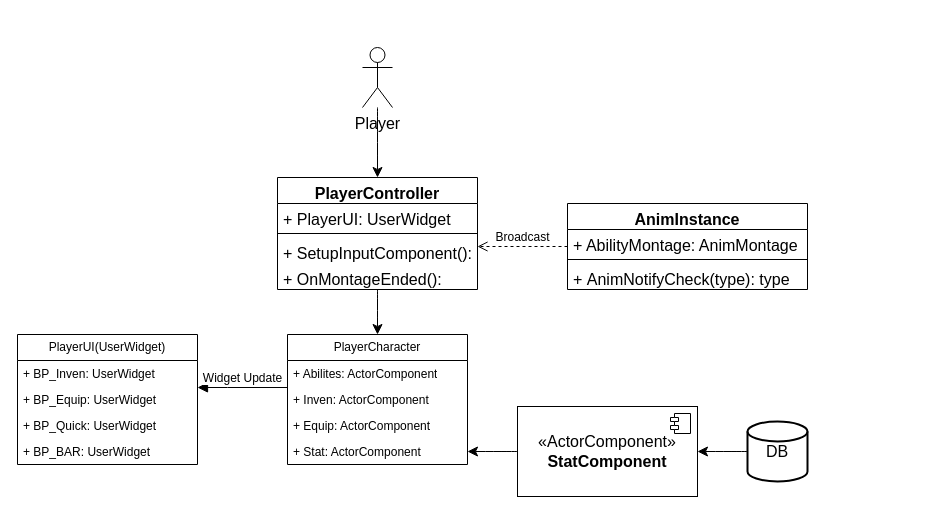
JinhoKims/LostArc keeps this draw.io diagram as page "페이지-3" (3 of 4) of LostArc Diagram.drawio. Above is the earlier version. Source tidied: cells renumbered, new cells numbered last; positions are measured from the earlier drawing's top-left corner, leaving out a move shared by most shapes. Both pictures are drawn from the tidied source at 100%, with x=0, y=0 at pixel (17, 47).
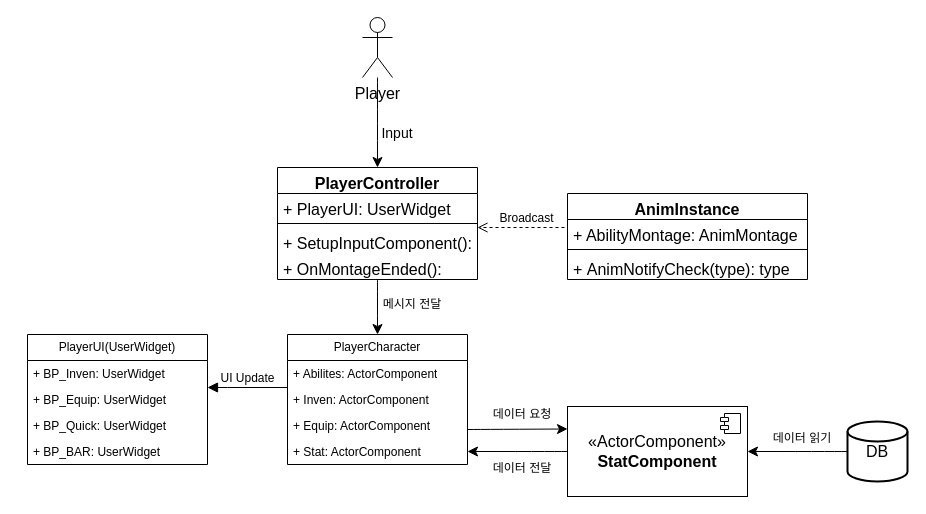
The same page after the edit.

Unchanged cells that the change refers to:
```xml
<mxCell id="2" value="PlayerCharacter" style="swimlane;fontStyle=0;horizontal=1;startSize=26;fillColor=none;whiteSpace=wrap;html=1;" parent="1" vertex="1">
  <mxGeometry x="270" y="287" width="180" height="130" as="geometry" />
</mxCell>
```

Change to the diagram source:
```diff
@@
     <mxCell id="7" value="PlayerUI(UserWidget)" style="swimlane;fontStyle=0;horizontal=1;startSize=26;fillColor=none;whiteSpace=wrap;html=1;" parent="1" vertex="1">
-      <mxGeometry y="287" width="180" height="130" as="geometry" />
+      <mxGeometry x="10" y="287" width="180" height="130" as="geometry" />
     </mxCell>
@@
     <mxCell id="13" value="Player" style="shape=umlActor;verticalLabelPosition=bottom;verticalAlign=top;html=1;fontSize=16;" parent="1" vertex="1">
-      <mxGeometry x="345" width="30" height="60" as="geometry" />
+      <mxGeometry x="345" y="-30" width="30" height="60" as="geometry" />
     </mxCell>
@@
     <mxCell id="15" value="PlayerController" style="swimlane;fontStyle=1;align=center;verticalAlign=top;horizontal=1;startSize=26;whiteSpace=wrap;html=1;fontSize=16;" parent="1" vertex="1">
-      <mxGeometry x="260" y="130" width="200" height="112" as="geometry" />
+      <mxGeometry x="260" y="120" width="200" height="112" as="geometry" />
     </mxCell>
@@
-    <mxCell id="20" value="Widget Update" style="html=1;verticalAlign=bottom;endArrow=block;edgeStyle=elbowEdgeStyle;elbow=vertical;curved=0;rounded=0;fontSize=12;startSize=8;endSize=8;" parent="1" edge="1" source="2" target="7">
+    <mxCell id="20" value="UI Update" style="html=1;verticalAlign=bottom;endArrow=block;edgeStyle=elbowEdgeStyle;elbow=vertical;curved=0;rounded=0;fontSize=12;startSize=8;endSize=8;" parent="1" edge="1" source="2" target="7">
       <mxGeometry relative="1" as="geometry">
         <Array as="points">
           <mxPoint x="210" y="340" />
           <mxPoint x="295" y="330" />
         </Array>
       </mxGeometry>
     </mxCell>
@@
     <mxCell id="22" value="«ActorComponent»&lt;br&gt;&lt;b&gt;StatComponent&lt;/b&gt;" style="html=1;whiteSpace=wrap;fontSize=16;" parent="1" vertex="1">
-      <mxGeometry x="500" y="359" width="180" height="90" as="geometry" />
+      <mxGeometry x="550" y="359" width="180" height="90" as="geometry" />
     </mxCell>
@@
     <mxCell id="25" value="DB" style="strokeWidth=2;html=1;shape=mxgraph.flowchart.database;whiteSpace=wrap;fontSize=16;" parent="1" vertex="1">
-      <mxGeometry x="730" y="374" width="60" height="60" as="geometry" />
+      <mxGeometry x="830" y="374" width="60" height="60" as="geometry" />
     </mxCell>
     <mxCell id="26" value="AnimInstance" style="swimlane;fontStyle=1;align=center;verticalAlign=top;horizontal=1;startSize=26;whiteSpace=wrap;html=1;fontSize=16;" parent="1" vertex="1">
-      <mxGeometry x="550" y="156" width="240" height="86" as="geometry" />
+      <mxGeometry x="550" y="146" width="240" height="86" as="geometry" />
     </mxCell>
@@
-    <mxCell id="30" value="Broadcast" style="html=1;verticalAlign=bottom;endArrow=open;dashed=1;endSize=8;edgeStyle=elbowEdgeStyle;elbow=vertical;curved=0;rounded=0;fontSize=12;" parent="1" edge="1" source="26" target="15">
+    <mxCell id="30" value="Broadcast" style="html=1;verticalAlign=bottom;endArrow=open;dashed=1;endSize=8;edgeStyle=elbowEdgeStyle;elbow=vertical;curved=0;rounded=0;fontSize=12;" parent="1" edge="1" target="15">
       <mxGeometry relative="1" as="geometry">
+        <mxPoint x="550" y="189" as="sourcePoint" />
         <Array as="points">
-          <mxPoint x="640" y="190" />
+          <mxPoint x="640" y="180" />
         </Array>
       </mxGeometry>
     </mxCell>
+    <mxCell id="31" value="&lt;font style=&quot;font-size: 14px;&quot;&gt;Input&lt;/font&gt;" style="text;html=1;strokeColor=none;fillColor=none;align=center;verticalAlign=middle;whiteSpace=wrap;rounded=0;fontSize=16;" parent="1" vertex="1">
+      <mxGeometry x="360" y="70" width="40" height="30" as="geometry" />
+    </mxCell>
+    <mxCell id="32" value="&lt;span style=&quot;font-size: 12px;&quot;&gt;메시지 전달&lt;/span&gt;" style="text;html=1;strokeColor=none;fillColor=none;align=center;verticalAlign=middle;whiteSpace=wrap;rounded=0;fontSize=16;" parent="1" vertex="1">
+      <mxGeometry x="360" y="240" width="70" height="30" as="geometry" />
+    </mxCell>
+    <mxCell id="33" value="&lt;span style=&quot;font-size: 12px;&quot;&gt;데이터 읽기&lt;/span&gt;" style="text;html=1;strokeColor=none;fillColor=none;align=center;verticalAlign=middle;whiteSpace=wrap;rounded=0;fontSize=16;" parent="1" vertex="1">
+      <mxGeometry x="750" y="374" width="70" height="30" as="geometry" />
+    </mxCell>
+    <mxCell id="34" style="edgeStyle=none;curved=1;rounded=0;jettySize=auto;html=1;fontSize=12;startSize=8;endSize=8;entryX=0;entryY=0.25;entryDx=0;entryDy=0;" parent="1" edge="1" target="22">
+      <mxGeometry relative="1" as="geometry">
+        <mxPoint x="450" y="382" as="sourcePoint" />
+      </mxGeometry>
+    </mxCell>
+    <mxCell id="35" value="&lt;font style=&quot;font-size: 12px;&quot;&gt;데이터 요청&lt;/font&gt;" style="text;html=1;strokeColor=none;fillColor=none;align=center;verticalAlign=middle;whiteSpace=wrap;rounded=0;fontSize=16;" parent="1" vertex="1">
+      <mxGeometry x="470" y="350" width="70" height="30" as="geometry" />
+    </mxCell>
+    <mxCell id="36" value="&lt;font style=&quot;font-size: 12px;&quot;&gt;데이터 전달&lt;/font&gt;" style="text;html=1;strokeColor=none;fillColor=none;align=center;verticalAlign=middle;whiteSpace=wrap;rounded=0;fontSize=16;" parent="1" vertex="1">
+      <mxGeometry x="470" y="404" width="70" height="30" as="geometry" />
+    </mxCell>
```
